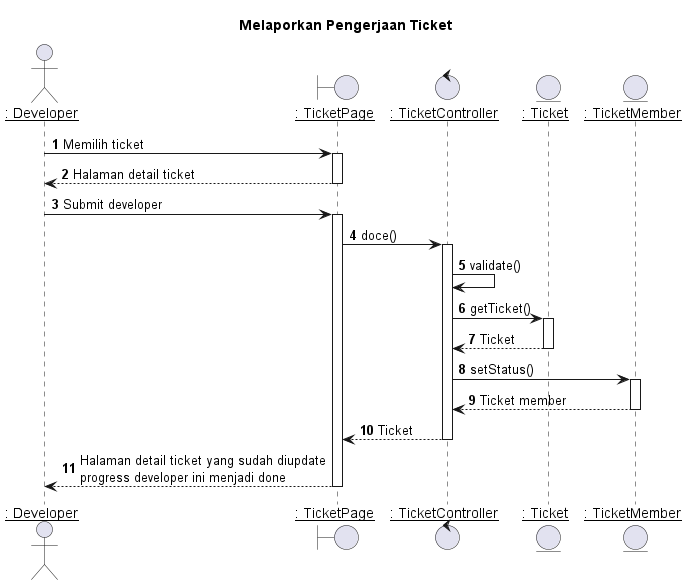
This is out/plantuml/sequence/idev/idev4/Melaporkan Pengerjaan Ticket.png from TAS-PKL/Laporan-PKL-Ticketing, a PlantUML export, as it was before one commit.
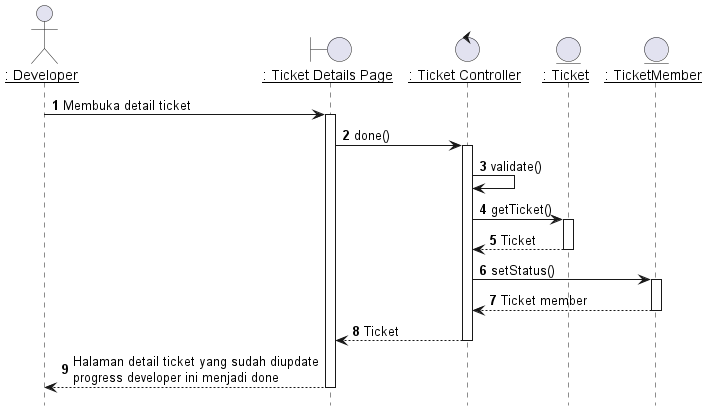
Later version of the same file.

What changed in the source:
```diff
@@ -1,25 +1,19 @@
 @startuml Melaporkan Pengerjaan Ticket
 
-title "Melaporkan Pengerjaan Ticket"
+hide footbox
 
 actor DEV as "__: Developer__"
-boundary TicketPage as "__: TicketPage__"
-control TicketController as "__: TicketController__"
+boundary TicketPage as "__: Ticket Details Page__"
+control TicketController as "__: Ticket Controller__"
 entity Ticket as "__: Ticket__"
 entity TicketMember as "__: TicketMember__"
 
+
 autonumber 1
-DEV -> TicketPage: Memilih ticket
+DEV -> TicketPage: Membuka detail ticket
 activate TicketPage
 
-TicketPage --> DEV: Halaman detail ticket
-deactivate TicketPage
-
-
-DEV -> TicketPage: Submit developer
-activate TicketPage
-
-TicketPage -> TicketController: doce()
+TicketPage -> TicketController: done()
 activate TicketController
 
 TicketController -> TicketController: validate()
```
